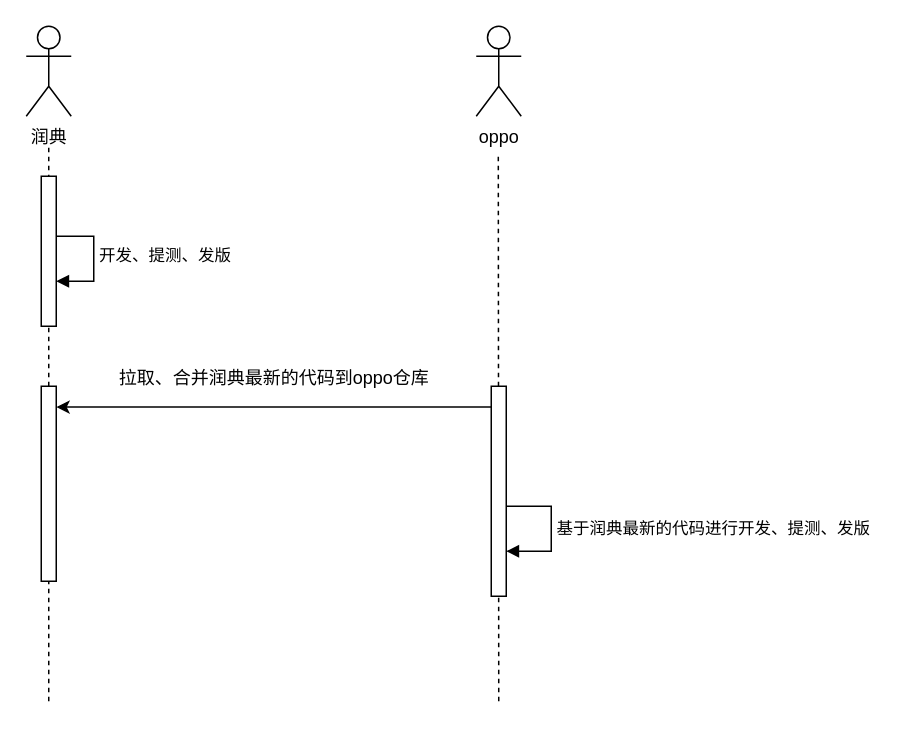
This is 润典协作模式.drawio from Hantron/jira, a draw.io file, before an edit. Source tidied: cells renumbered, new cells numbered last; positions are measured from the earlier drawing's top-left corner, leaving out a move shared by most shapes. Both pictures are drawn from the tidied source at 150%, with x=0, y=0 at pixel (26, 26).
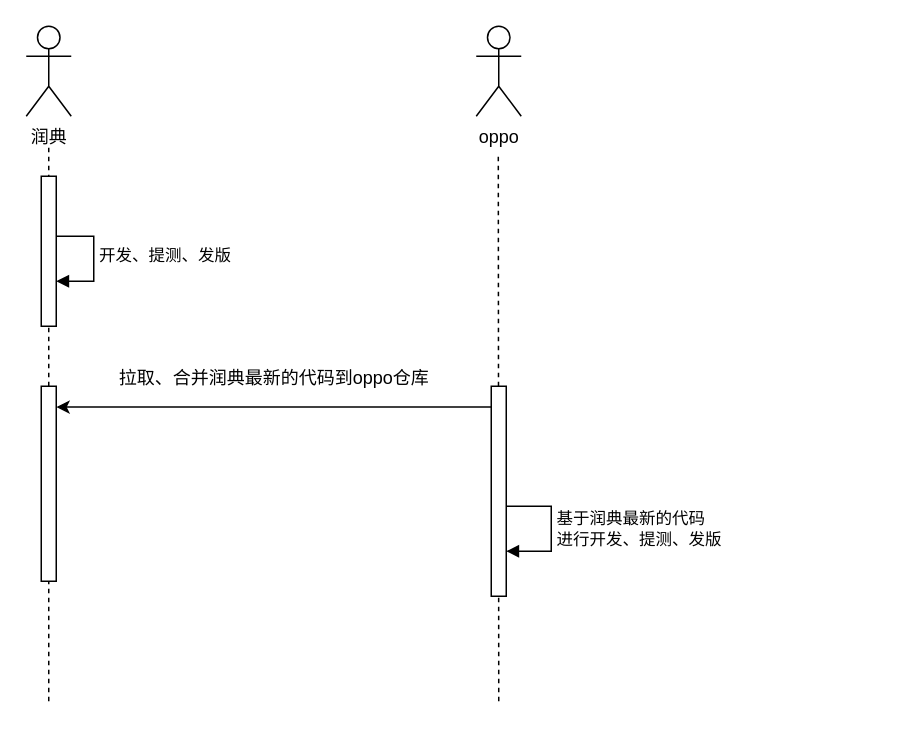
The same page after the edit.

Commit message (it also covers changes not shown here):
更新润典协作模式.drawio

The change refers to these unchanged cells:
```xml
<mxCell id="12" style="html=1;points=[[0,0,0,0,5],[0,1,0,0,-5],[1,0,0,0,5],[1,1,0,0,-5]];perimeter=orthogonalPerimeter;outlineConnect=0;targetShapes=umlLifeline;portConstraint=eastwest;newEdgeStyle={&quot;curved&quot;:0,&quot;rounded&quot;:0};" parent="1" vertex="1">
  <mxGeometry x="310" y="240" width="10" height="140" as="geometry" />
</mxCell>
```

Change to the diagram source:
```diff
@@
-    <mxCell id="13" value="基于润典最新的代码进行开发、提测、发版" style="html=1;align=left;spacingLeft=2;endArrow=block;rounded=0;edgeStyle=orthogonalEdgeStyle;curved=0;rounded=0;" parent="1" edge="1" target="12">
+    <mxCell id="13" value="基于润典最新的代码&lt;div&gt;进行开发、提测、发版&lt;/div&gt;" style="html=1;align=left;spacingLeft=2;endArrow=block;rounded=0;edgeStyle=orthogonalEdgeStyle;curved=0;rounded=0;" parent="1" edge="1" target="12">
       <mxGeometry relative="1" as="geometry">
         <mxPoint x="320" y="320" as="sourcePoint" />
         <Array as="points">
           <mxPoint x="350" y="320" />
           <mxPoint x="350" y="350" />
         </Array>
       </mxGeometry>
     </mxCell>
```
